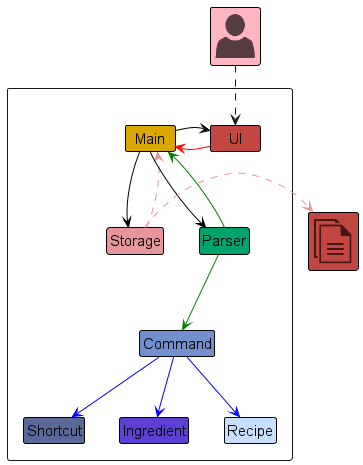
The PlantUML diagram docs/images/ArchitectureDiagram.png in nus-cs2113-AY2324S1/tp, before a commit.
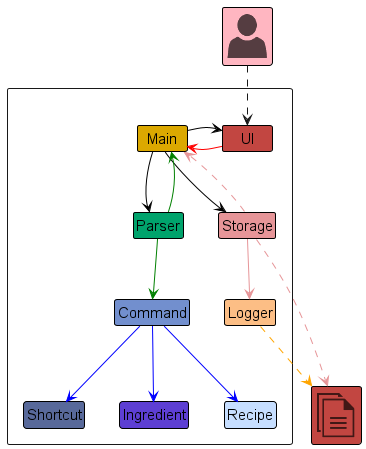
After the commit.

Commit message:
Update architecture diagram

Diff of the diagram source:
```diff
@@ -17,6 +17,7 @@
     Class Shortcut SHORTCUT_COLOR
     Class Ingredient INGREDIENT_COLOR
     Class Recipe RECIPE_COLOR
+    Class Logger LOGGER_COLOR
 }
 
 Class "<$user>" as User PERSON_COLOR
@@ -29,6 +30,8 @@
 Main -[#black]-> Storage
 Main -[#black]-> Parser
 
+Logger -[#orange].>File
+
 Parser -[#green]-> Command
 Parser -[#green]-> Main
 
@@ -37,6 +40,7 @@
 Command -[#blue]-> Shortcut
 
 Storage -[STORAGE_COLOR].> Main
+Storage -[STORAGE_COLOR]-> Logger
 
 Storage .right[STORAGE_COLOR].>File
 User ..> UI
```
